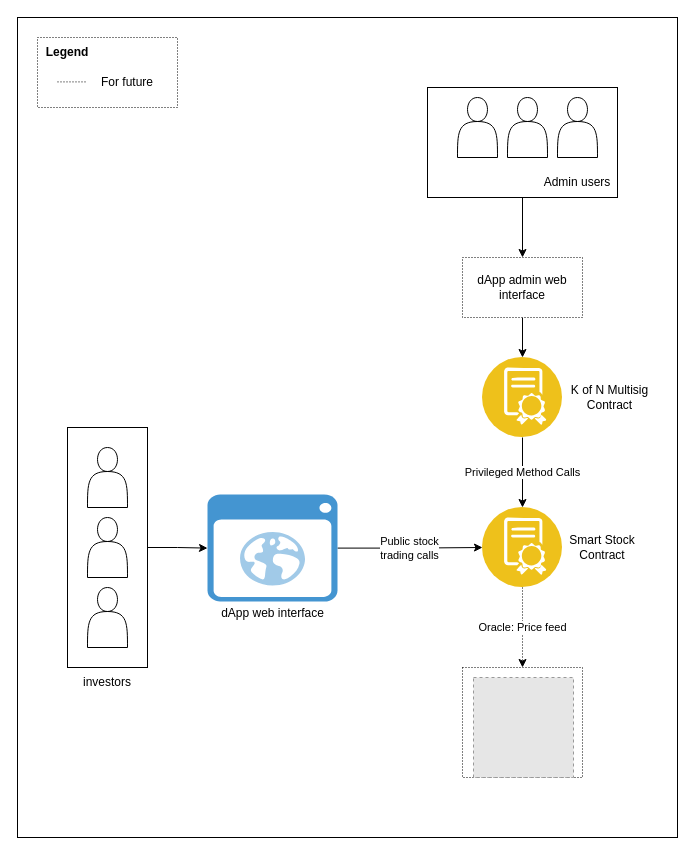
Before: diagrams/HighLevelArchitecture.drawio in amaharana/near-smart-stock-contract, a draw.io diagram. Source tidied: cells renumbered, new cells numbered last; positions are measured from the earlier drawing's top-left corner, leaving out a move shared by most shapes. Both pictures are drawn from the tidied source at 100%, with x=0, y=0 at pixel (17, 17). Pictures stored in the file or linked from it are replaced by grey dashed boxes.
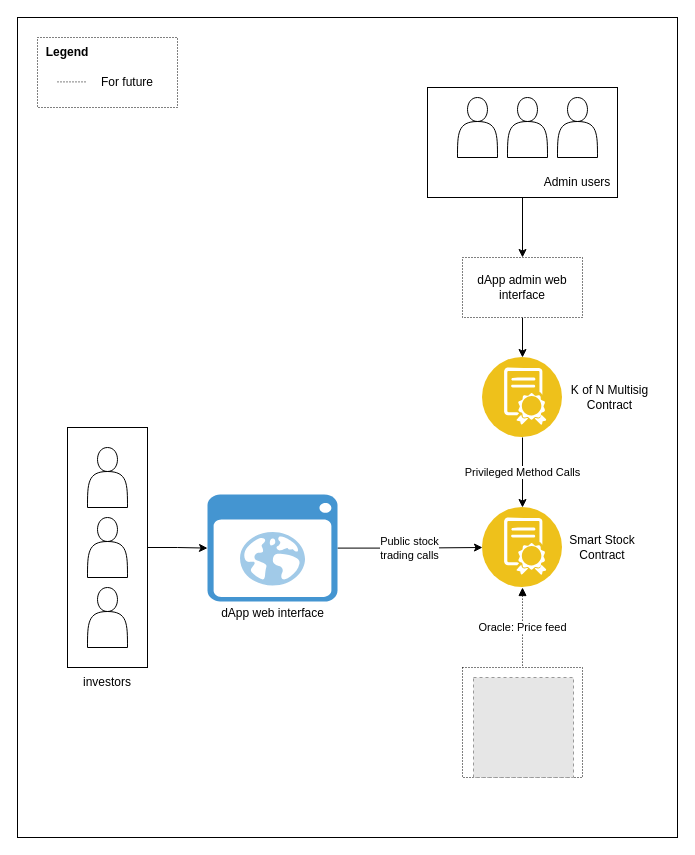
The same diagram, later.

Commit message:
Arch diagram: Reverse direction of Oracle price feed arrow

Unchanged cells that the change refers to:
```xml
<mxCell id="16" style="perimeter=ellipsePerimeter;html=1;align=center;shadow=0;dashed=0;fontColor=#4277BB;labelBackgroundColor=#ffffff;fontSize=12;spacingTop=3;image;image=img/lib/ibm/blockchain/smart_contract.svg;" parent="15" vertex="1">
  <mxGeometry width="80" height="80" as="geometry" />
</mxCell>
<mxCell id="31" style="rounded=0;whiteSpace=wrap;html=1;dashed=1;dashPattern=1 2;" parent="1" vertex="1">
  <mxGeometry x="445" y="650" width="120" height="110" as="geometry" />
</mxCell>
```

Diff of the diagram source:
```diff
@@
-    <mxCell id="33" value="Oracle: Price feed" style="edgeStyle=orthogonalEdgeStyle;rounded=0;jettySize=auto;html=1;exitX=0.5;exitY=1;exitDx=0;exitDy=0;dashed=1;dashPattern=1 2;entryX=0.5;entryY=0;entryDx=0;entryDy=0;" parent="1" edge="1" source="16" target="31">
+    <mxCell id="33" value="Oracle: Price feed" style="edgeStyle=orthogonalEdgeStyle;rounded=0;jettySize=auto;html=1;exitX=0.5;exitY=1;exitDx=0;exitDy=0;dashed=1;dashPattern=1 2;entryX=0.5;entryY=0;entryDx=0;entryDy=0;endArrow=none;endFill=0;startArrow=block;startFill=1;" parent="1" edge="1" source="16" target="31">
       <mxGeometry relative="1" as="geometry" />
     </mxCell>
```
